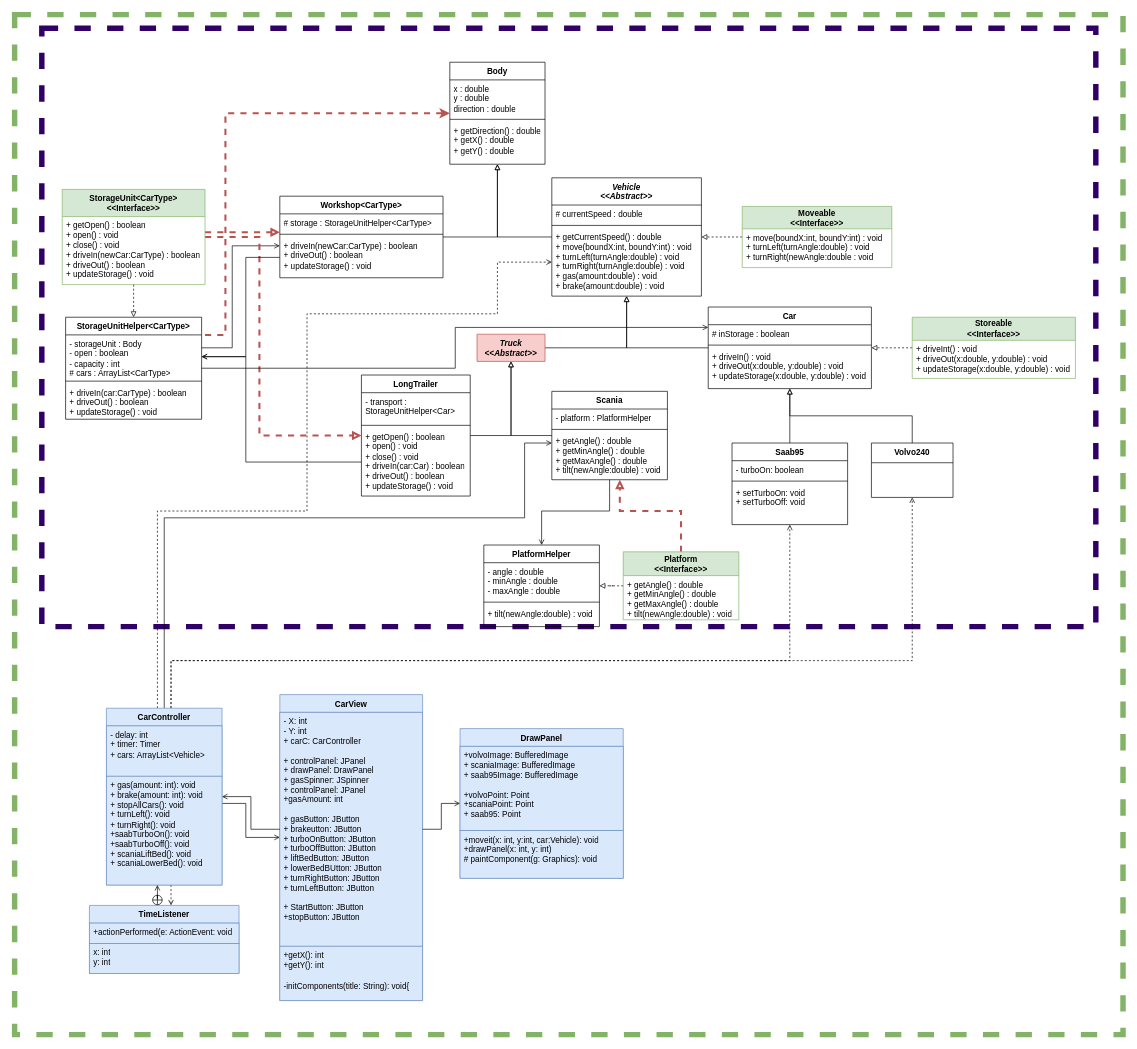
The draw.io diagram Labb3post.drawio in ErikFogelstrand/lab1-riktig, before the edit. Source tidied: cells renumbered, new cells numbered last; positions are measured from the earlier drawing's top-left corner, leaving out a move shared by most shapes. Both pictures are drawn from the tidied source at 68%, with x=0, y=0 at pixel (14, 14).
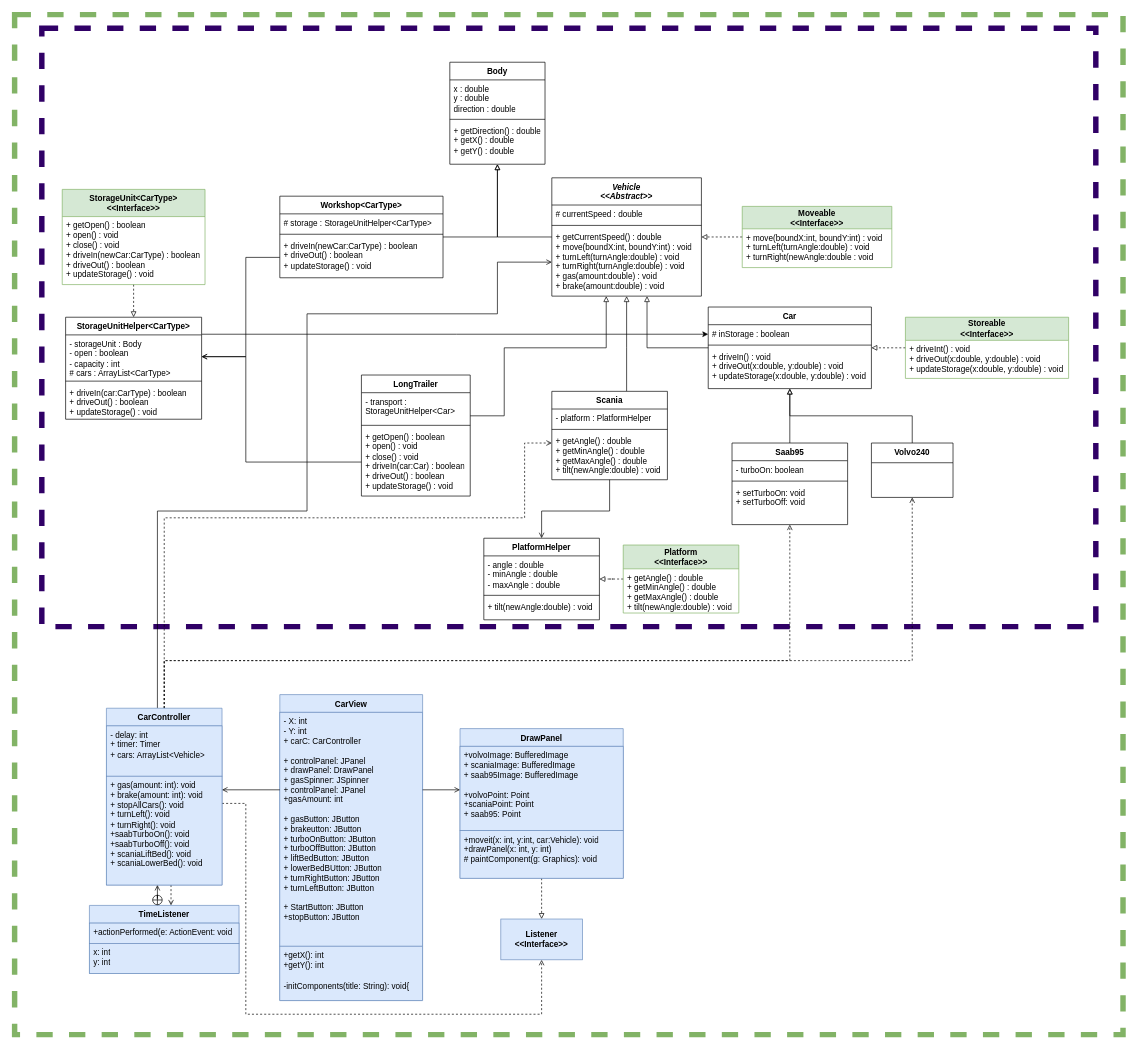
Above is the later version.

The change refers to these unchanged cells:
```xml
<mxCell id="4" value="&lt;div&gt;Body&lt;/div&gt;" style="swimlane;fontStyle=1;align=center;verticalAlign=top;horizontal=1;startSize=26;whiteSpace=wrap;html=1;" parent="1" vertex="1">
  <mxGeometry x="640" y="70" width="140" height="150" as="geometry" />
</mxCell>
<mxCell id="9" value="Car" style="swimlane;fontStyle=1;align=center;verticalAlign=top;horizontal=1;startSize=26;whiteSpace=wrap;html=1;" parent="1" vertex="1">
  <mxGeometry x="1020" y="430" width="240" height="120" as="geometry" />
</mxCell>
<mxCell id="19" value="CarController" style="swimlane;fontStyle=1;align=center;verticalAlign=top;horizontal=1;startSize=26;whiteSpace=wrap;html=1;fillColor=#dae8fc;strokeColor=#6c8ebf;" parent="1" vertex="1">
  <mxGeometry x="135" y="1020" width="170" height="260" as="geometry" />
</mxCell>
<mxCell id="23" value="&lt;div&gt;- X: int&lt;/div&gt;&lt;div&gt;- Y: int&lt;br&gt;&lt;/div&gt;&lt;div&gt;+ carC: CarController&lt;/div&gt;&lt;br&gt;&lt;div&gt;+ controlPanel: JPanel&lt;br&gt;&lt;/div&gt;&lt;div&gt;+ drawPanel: DrawPanel&lt;/div&gt;&lt;div&gt;+ gasSpinner: JSpinner&lt;br&gt;&lt;/div&gt;&lt;div&gt;+ controlPanel: JPanel&lt;br&gt;&lt;/div&gt;&lt;div&gt;+gasAmount: int&lt;br&gt;&lt;/div&gt;&lt;div&gt;&lt;div&gt;&lt;br&gt;&lt;/div&gt;&lt;div&gt;+ gasButton: JButton&lt;/div&gt;&lt;div&gt;+ brakeutton: JButton&lt;/div&gt;&lt;/div&gt;&lt;div&gt;+ turboOnButton: JButton&lt;/div&gt;&lt;div&gt;+ turboOffButton: JButton&lt;/div&gt;&lt;div&gt;+ liftBedButton: JButton&lt;/div&gt;&lt;div&gt;+ lowerBedBUtton: JButton&lt;/div&gt;&lt;div&gt;+ turnRightButton: JButton &lt;br&gt;&lt;/div&gt;&lt;div&gt;+ turnLeftButton: JButton &lt;br&gt;&lt;/div&gt;&lt;div&gt;&lt;br&gt;&lt;/div&gt;&lt;div&gt;+ StartButton: JButton&lt;/div&gt;&lt;div&gt;+stopButton: JButton&lt;br&gt;&lt;/div&gt;&lt;div&gt;&lt;br&gt;&lt;/div&gt;" style="text;strokeColor=#6c8ebf;fillColor=#dae8fc;align=left;verticalAlign=top;spacingLeft=4;spacingRight=4;overflow=hidden;points=[[0,0.5],[1,0.5]];portConstraint=eastwest;whiteSpace=wrap;html=1;" parent="22" vertex="1">
  <mxGeometry y="26" width="210" height="344" as="geometry" />
</mxCell>
<mxCell id="25" value="DrawPanel" style="swimlane;fontStyle=1;align=center;verticalAlign=top;horizontal=1;startSize=26;whiteSpace=wrap;html=1;fillColor=#dae8fc;strokeColor=#6c8ebf;" parent="1" vertex="1">
  <mxGeometry x="655" y="1050" width="240" height="220" as="geometry" />
</mxCell>
<mxCell id="35" value="&lt;div&gt;Saab95&lt;/div&gt;" style="swimlane;fontStyle=1;align=center;verticalAlign=top;horizontal=1;startSize=26;whiteSpace=wrap;html=1;" parent="1" vertex="1">
  <mxGeometry x="1055" y="630" width="170" height="120" as="geometry" />
</mxCell>
<mxCell id="40" value="&lt;div&gt;Volvo240&lt;/div&gt;" style="swimlane;fontStyle=1;align=center;verticalAlign=top;horizontal=1;startSize=29;whiteSpace=wrap;html=1;" parent="1" vertex="1">
  <mxGeometry x="1260" y="630" width="120" height="80" as="geometry" />
</mxCell>
<mxCell id="43" value="Scania" style="swimlane;fontStyle=1;align=center;verticalAlign=top;horizontal=1;startSize=26;whiteSpace=wrap;html=1;" parent="1" vertex="1">
  <mxGeometry x="790" y="554" width="170" height="130" as="geometry" />
</mxCell>
<mxCell id="46" value="+ getAngle() : double&lt;br&gt;+ getMinAngle() : double&lt;br&gt;+ getMaxAngle() : double&lt;br&gt;+ tilt(newAngle:double) : void" style="text;strokeColor=none;fillColor=none;align=left;verticalAlign=top;spacingLeft=4;spacingRight=4;overflow=hidden;points=[[0,0.5],[1,0.5]];portConstraint=eastwest;whiteSpace=wrap;html=1;" parent="43" vertex="1">
  <mxGeometry y="60" width="170" height="70" as="geometry" />
</mxCell>
<mxCell id="48" value="&lt;i&gt;Vehicle&lt;br&gt;&amp;lt;&amp;lt;Abstract&amp;gt;&amp;gt;&lt;/i&gt;" style="swimlane;fontStyle=1;align=center;verticalAlign=top;horizontal=1;startSize=40;whiteSpace=wrap;html=1;" parent="1" vertex="1">
  <mxGeometry x="790" y="240" width="220" height="174" as="geometry" />
</mxCell>
<mxCell id="51" value="+ getCurrentSpeed() : double&lt;br&gt;+ move(boundX:int, boundY:int) : void&lt;br&gt;+ turnLeft(turnAngle:double) : void&lt;br&gt;+ turnRight(turnAngle:double) : void&lt;br&gt;+ gas(amount:double) : void&lt;br&gt;+ brake(amount:double) : void" style="text;strokeColor=none;fillColor=none;align=left;verticalAlign=top;spacingLeft=4;spacingRight=4;overflow=hidden;points=[[0,0.5],[1,0.5]];portConstraint=eastwest;whiteSpace=wrap;html=1;" parent="48" vertex="1">
  <mxGeometry y="74" width="220" height="100" as="geometry" />
</mxCell>
<mxCell id="54" value="StorageUnitHelper&amp;lt;CarType&amp;gt;" style="swimlane;fontStyle=1;align=center;verticalAlign=top;horizontal=1;startSize=26;whiteSpace=wrap;html=1;" parent="1" vertex="1">
  <mxGeometry x="75" y="445" width="200" height="150" as="geometry" />
</mxCell>
<mxCell id="55" value="- storageUnit : Body&lt;br&gt;- open : boolean&lt;br&gt;- capacity : int&lt;br&gt;# cars : ArrayList&amp;lt;CarType&amp;gt;" style="text;strokeColor=none;fillColor=none;align=left;verticalAlign=top;spacingLeft=4;spacingRight=4;overflow=hidden;points=[[0,0.5],[1,0.5]];portConstraint=eastwest;whiteSpace=wrap;html=1;" parent="54" vertex="1">
  <mxGeometry y="26" width="200" height="64" as="geometry" />
</mxCell>
<mxCell id="59" value="&lt;div&gt;Workshop&amp;lt;CarType&amp;gt;&lt;/div&gt;" style="swimlane;fontStyle=1;align=center;verticalAlign=top;horizontal=1;startSize=26;whiteSpace=wrap;html=1;" parent="1" vertex="1">
  <mxGeometry x="390" y="267" width="240" height="120" as="geometry" />
</mxCell>
<mxCell id="64" value="&lt;div&gt;LongTrailer&lt;/div&gt;" style="swimlane;fontStyle=1;align=center;verticalAlign=top;horizontal=1;startSize=26;whiteSpace=wrap;html=1;" parent="1" vertex="1">
  <mxGeometry x="510" y="530" width="160" height="178" as="geometry" />
</mxCell>
<mxCell id="84" value="&lt;b&gt;StorageUnit&amp;lt;CarType&amp;gt;&lt;br&gt;&amp;lt;&amp;lt;Interface&amp;gt;&amp;gt;&lt;br&gt;&lt;/b&gt;" style="swimlane;fontStyle=0;horizontal=1;startSize=40;fillColor=#d5e8d4;whiteSpace=wrap;html=1;strokeColor=#82b366;" parent="1" vertex="1">
  <mxGeometry x="70" y="257" width="210" height="140" as="geometry" />
</mxCell>
```

Diff of the diagram source:
```diff
@@
     <mxCell id="8" style="edgeStyle=orthogonalEdgeStyle;rounded=0;jettySize=auto;html=1;endArrow=block;endFill=0;" parent="1" edge="1" source="9" target="48">
-      <mxGeometry relative="1" as="geometry" />
+      <mxGeometry relative="1" as="geometry">
+        <Array as="points">
+          <mxPoint x="930" y="490" />
+        </Array>
+      </mxGeometry>
     </mxCell>
@@
     <mxCell id="13" style="edgeStyle=orthogonalEdgeStyle;rounded=0;jettySize=auto;html=1;endArrow=open;endFill=0;dashed=1;" parent="1" edge="1" source="19" target="35">
       <mxGeometry relative="1" as="geometry">
         <Array as="points">
-          <mxPoint x="230" y="950" />
+          <mxPoint x="220" y="950" />
           <mxPoint x="1140" y="950" />
         </Array>
       </mxGeometry>
     </mxCell>
-    <mxCell id="14" style="edgeStyle=orthogonalEdgeStyle;rounded=0;jettySize=auto;html=1;endArrow=open;endFill=0;exitX=0.5;exitY=0;exitDx=0;exitDy=0;" parent="1" edge="1" source="19" target="43">
+    <mxCell id="14" style="edgeStyle=orthogonalEdgeStyle;rounded=0;jettySize=auto;html=1;endArrow=open;endFill=0;exitX=0.5;exitY=0;exitDx=0;exitDy=0;dashed=1;" parent="1" edge="1" source="19" target="43">
       <mxGeometry relative="1" as="geometry">
         <Array as="points">
           <mxPoint x="220" y="740" />
           <mxPoint x="750" y="740" />
           <mxPoint x="750" y="630" />
         </Array>
       </mxGeometry>
     </mxCell>
-    <mxCell id="15" style="edgeStyle=orthogonalEdgeStyle;rounded=0;jettySize=auto;html=1;endArrow=open;endFill=0;entryX=0;entryY=0.5;entryDx=0;entryDy=0;dashed=1;" parent="1" edge="1" source="19" target="51">
+    <mxCell id="15" style="edgeStyle=orthogonalEdgeStyle;rounded=0;jettySize=auto;html=1;endArrow=open;endFill=0;entryX=0;entryY=0.5;entryDx=0;entryDy=0;" parent="1" edge="1" source="19" target="51">
       <mxGeometry relative="1" as="geometry">
         <Array as="points">
           <mxPoint x="210" y="730" />
           <mxPoint x="430" y="730" />
           <mxPoint x="430" y="440" />
           <mxPoint x="710" y="440" />
           <mxPoint x="710" y="364" />
         </Array>
       </mxGeometry>
     </mxCell>
-    <mxCell id="16" style="edgeStyle=orthogonalEdgeStyle;rounded=0;jettySize=auto;html=1;endArrow=open;endFill=0;" parent="1" edge="1" source="19" target="23">
-      <mxGeometry relative="1" as="geometry">
-        <Array as="points">
-          <mxPoint x="340" y="1160" />
-          <mxPoint x="340" y="1210" />
-        </Array>
-      </mxGeometry>
-    </mxCell>
     <mxCell id="17" style="edgeStyle=orthogonalEdgeStyle;rounded=0;jettySize=auto;html=1;dashed=1;endArrow=open;endFill=0;" parent="1" edge="1" source="19" target="40">
       <mxGeometry relative="1" as="geometry">
         <Array as="points">
-          <mxPoint x="230" y="950" />
+          <mxPoint x="220" y="950" />
           <mxPoint x="1320" y="950" />
         </Array>
       </mxGeometry>
     </mxCell>
@@
+    <mxCell id="92" style="edgeStyle=orthogonalEdgeStyle;rounded=0;jettySize=auto;html=1;endArrow=open;endFill=0;dashed=1;" parent="1" edge="1" source="19" target="97">
+      <mxGeometry relative="1" as="geometry">
+        <Array as="points">
+          <mxPoint x="340" y="1160" />
+          <mxPoint x="340" y="1470" />
+          <mxPoint x="775" y="1470" />
+        </Array>
+      </mxGeometry>
+    </mxCell>
@@
+    <mxCell id="93" style="edgeStyle=orthogonalEdgeStyle;rounded=0;jettySize=auto;html=1;endArrow=block;endFill=0;dashed=1;" parent="1" edge="1" source="25" target="97">
+      <mxGeometry relative="1" as="geometry" />
+    </mxCell>
@@
-    <mxCell id="28" style="edgeStyle=orthogonalEdgeStyle;rounded=0;jettySize=auto;html=1;endArrow=block;endFill=0;" parent="1" edge="1" source="29" target="48">
-      <mxGeometry relative="1" as="geometry" />
-    </mxCell>
-    <mxCell id="29" value="&lt;div&gt;&lt;i&gt;Truck&lt;/i&gt;&lt;/div&gt;&lt;div&gt;&lt;i&gt;&amp;lt;&amp;lt;Abstract&amp;gt;&amp;gt;&lt;/i&gt;&lt;/div&gt;" style="swimlane;fontStyle=1;align=center;verticalAlign=top;horizontal=1;startSize=66;whiteSpace=wrap;html=1;fillColor=#f8cecc;strokeColor=#b85450;" parent="1" vertex="1">
-      <mxGeometry x="680" y="470" width="100" height="40" as="geometry" />
-    </mxCell>
     <mxCell id="30" value="PlatformHelper" style="swimlane;fontStyle=1;align=center;verticalAlign=top;horizontal=1;startSize=26;whiteSpace=wrap;html=1;" parent="1" vertex="1">
-      <mxGeometry x="690" y="780" width="170" height="120" as="geometry" />
+      <mxGeometry x="690" y="770" width="170" height="120" as="geometry" />
     </mxCell>
@@
-    <mxCell id="41" style="edgeStyle=orthogonalEdgeStyle;rounded=0;jettySize=auto;html=1;endArrow=block;endFill=0;" parent="1" edge="1" source="43" target="29">
-      <mxGeometry relative="1" as="geometry" />
-    </mxCell>
@@
+    <mxCell id="94" style="edgeStyle=orthogonalEdgeStyle;rounded=0;jettySize=auto;html=1;endArrow=block;endFill=0;" parent="1" edge="1" source="43" target="48">
+      <mxGeometry relative="1" as="geometry">
+        <Array as="points">
+          <mxPoint x="900" y="490" />
+          <mxPoint x="900" y="490" />
+        </Array>
+      </mxGeometry>
+    </mxCell>
@@
-    <mxCell id="52" style="edgeStyle=orthogonalEdgeStyle;rounded=0;jettySize=auto;html=1;endArrow=open;endFill=0;" parent="1" edge="1" source="54" target="59">
-      <mxGeometry relative="1" as="geometry">
-        <Array as="points">
-          <mxPoint x="320" y="490" />
-          <mxPoint x="320" y="340" />
-        </Array>
-      </mxGeometry>
-    </mxCell>
-    <mxCell id="53" style="edgeStyle=orthogonalEdgeStyle;rounded=0;jettySize=auto;html=1;fillColor=#f8cecc;strokeColor=#b85450;dashed=1;strokeWidth=3;" parent="1" edge="1" target="4">
-      <mxGeometry relative="1" as="geometry">
-        <mxPoint x="280" y="471" as="sourcePoint" />
-        <Array as="points">
-          <mxPoint x="310" y="471" />
-          <mxPoint x="310" y="145" />
-        </Array>
-      </mxGeometry>
-    </mxCell>
+    <mxCell id="95" style="edgeStyle=orthogonalEdgeStyle;rounded=0;jettySize=auto;html=1;" parent="1" edge="1" source="54" target="9">
+      <mxGeometry relative="1" as="geometry">
+        <Array as="points">
+          <mxPoint x="650" y="470" />
+          <mxPoint x="650" y="470" />
+        </Array>
+      </mxGeometry>
+    </mxCell>
@@
-    <mxCell id="63" style="edgeStyle=orthogonalEdgeStyle;rounded=0;jettySize=auto;html=1;endArrow=block;endFill=0;" parent="1" edge="1" source="64" target="29">
-      <mxGeometry relative="1" as="geometry" />
-    </mxCell>
+    <mxCell id="96" style="edgeStyle=orthogonalEdgeStyle;rounded=0;jettySize=auto;html=1;endArrow=block;endFill=0;" parent="1" edge="1" source="64" target="48">
+      <mxGeometry relative="1" as="geometry">
+        <Array as="points">
+          <mxPoint x="720" y="590" />
+          <mxPoint x="720" y="490" />
+          <mxPoint x="870" y="490" />
+        </Array>
+      </mxGeometry>
+    </mxCell>
@@
-    <mxCell id="71" style="edgeStyle=orthogonalEdgeStyle;rounded=0;jettySize=auto;html=1;exitX=0.5;exitY=0;exitDx=0;exitDy=0;endArrow=block;endFill=0;dashed=1;fillColor=#f8cecc;strokeColor=#b85450;strokeWidth=3;" parent="1" edge="1" source="73" target="46">
-      <mxGeometry relative="1" as="geometry">
-        <Array as="points">
-          <mxPoint x="980" y="730" />
-          <mxPoint x="890" y="730" />
-        </Array>
-      </mxGeometry>
-    </mxCell>
@@
     <mxCell id="73" value="&lt;b&gt;Platform&lt;br&gt;&amp;lt;&amp;lt;Interface&amp;gt;&amp;gt;&lt;br&gt;&lt;/b&gt;" style="swimlane;fontStyle=0;horizontal=1;startSize=35;fillColor=#d5e8d4;whiteSpace=wrap;html=1;strokeColor=#82b366;" parent="1" vertex="1">
-      <mxGeometry x="895" y="790" width="170" height="100" as="geometry" />
+      <mxGeometry x="895" y="780" width="170" height="100" as="geometry" />
     </mxCell>
@@
     <mxCell id="79" value="&lt;b&gt;Storeable&lt;br&gt;&amp;lt;&amp;lt;Interface&amp;gt;&amp;gt;&lt;br&gt;&lt;/b&gt;" style="swimlane;fontStyle=0;horizontal=1;startSize=34;fillColor=#d5e8d4;whiteSpace=wrap;html=1;strokeColor=#82b366;" parent="1" vertex="1">
-      <mxGeometry x="1320" y="445" width="240" height="90" as="geometry" />
+      <mxGeometry x="1310" y="445" width="240" height="90" as="geometry" />
     </mxCell>
@@
-    <mxCell id="81" style="edgeStyle=orthogonalEdgeStyle;rounded=0;orthogonalLoop=1;jettySize=auto;html=1;endArrow=block;endFill=0;dashed=1;fillColor=#f8cecc;strokeColor=#b85450;strokeWidth=3;" parent="1" edge="1">
-      <mxGeometry relative="1" as="geometry">
-        <mxPoint x="280" y="320" as="sourcePoint" />
-        <mxPoint x="390" y="320" as="targetPoint" />
-      </mxGeometry>
-    </mxCell>
@@
-    <mxCell id="83" style="edgeStyle=orthogonalEdgeStyle;rounded=0;jettySize=auto;html=1;endArrow=block;endFill=0;dashed=1;fillColor=#f8cecc;strokeColor=#b85450;strokeWidth=3;" parent="1" edge="1" source="84" target="64">
-      <mxGeometry relative="1" as="geometry">
-        <Array as="points">
-          <mxPoint x="360" y="327" />
-          <mxPoint x="360" y="619" />
-        </Array>
-      </mxGeometry>
-    </mxCell>
@@
     <mxCell id="89" style="edgeStyle=orthogonalEdgeStyle;rounded=0;jettySize=auto;html=1;endArrow=open;endFill=0;" parent="1" edge="1" source="23" target="19">
-      <mxGeometry relative="1" as="geometry" />
+      <mxGeometry relative="1" as="geometry">
+        <Array as="points">
+          <mxPoint x="380" y="1140" />
+          <mxPoint x="380" y="1140" />
+        </Array>
+      </mxGeometry>
     </mxCell>
     <mxCell id="90" style="edgeStyle=orthogonalEdgeStyle;rounded=0;jettySize=auto;html=1;endArrow=open;endFill=0;" parent="1" edge="1" source="23" target="25">
-      <mxGeometry relative="1" as="geometry" />
+      <mxGeometry relative="1" as="geometry">
+        <Array as="points">
+          <mxPoint x="650" y="1140" />
+          <mxPoint x="650" y="1140" />
+        </Array>
+      </mxGeometry>
     </mxCell>
-    <mxCell id="91" style="edgeStyle=orthogonalEdgeStyle;rounded=0;jettySize=auto;html=1;endArrow=open;endFill=0;" parent="1" edge="1" source="55" target="9">
-      <mxGeometry relative="1" as="geometry">
-        <Array as="points">
-          <mxPoint x="648" y="520" />
-          <mxPoint x="648" y="460" />
-        </Array>
-      </mxGeometry>
-    </mxCell>
+    <mxCell id="97" value="&lt;b&gt;Listener&lt;br&gt;&amp;lt;&amp;lt;Interface&amp;gt;&amp;gt;&lt;br&gt;&lt;/b&gt;" style="rounded=0;whiteSpace=wrap;html=1;fillColor=#dae8fc;strokeColor=#6c8ebf;" parent="1" vertex="1">
+      <mxGeometry x="715" y="1330" width="120" height="60" as="geometry" />
+    </mxCell>
```
